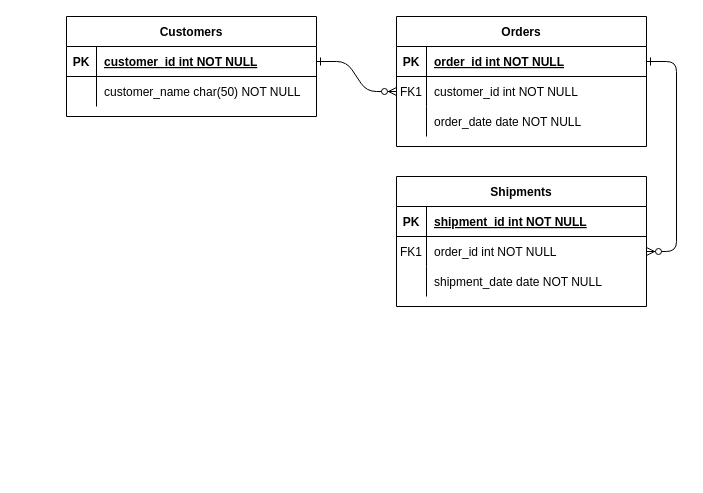
The draw.io diagram brc.drawio in grzaini/book-reader-competition, before the edit. Source tidied: cells renumbered, new cells numbered last; positions are measured from the earlier drawing's top-left corner, leaving out a move shared by most shapes. Both pictures are drawn from the tidied source at 100%, with x=0, y=0 at pixel (66, 16).
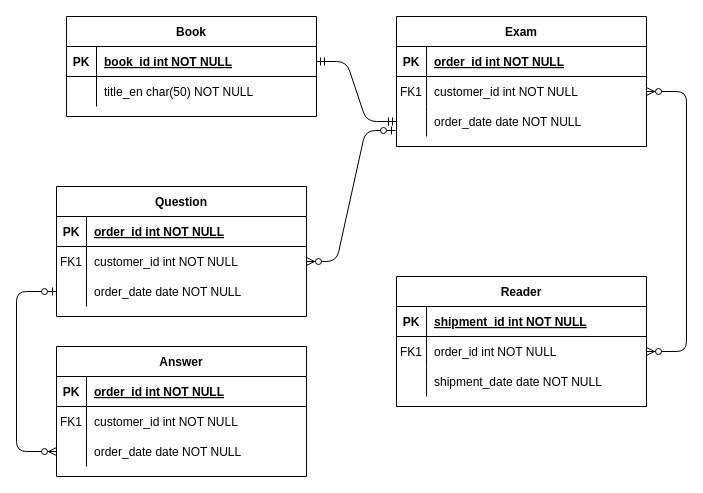
The same diagram, later.

Unchanged cells that the change refers to:
```xml
<mxCell id="5" style="shape=partialRectangle;fillColor=none;points=[[0,0.5],[1,0.5]];portConstraint=eastwest;top=0;left=0;right=0;bottom=1;" parent="4" vertex="1">
  <mxGeometry y="30" width="250" height="30" as="geometry" />
</mxCell>
<mxCell id="8" style="shape=partialRectangle;fillColor=none;points=[[0,0.5],[1,0.5]];portConstraint=eastwest;top=0;left=0;right=0;bottom=0;" parent="4" vertex="1">
  <mxGeometry y="60" width="250" height="30" as="geometry" />
</mxCell>
<mxCell id="11" style="shape=partialRectangle;fillColor=none;points=[[0,0.5],[1,0.5]];portConstraint=eastwest;top=0;left=0;right=0;bottom=0;" parent="4" vertex="1">
  <mxGeometry y="90" width="250" height="30" as="geometry" />
</mxCell>
<mxCell id="18" style="shape=partialRectangle;fillColor=none;points=[[0,0.5],[1,0.5]];portConstraint=eastwest;top=0;left=0;right=0;bottom=0;" parent="14" vertex="1">
  <mxGeometry y="60" width="250" height="30" as="geometry" />
</mxCell>
<mxCell id="25" style="shape=partialRectangle;fillColor=none;points=[[0,0.5],[1,0.5]];portConstraint=eastwest;top=0;left=0;right=0;bottom=1;" parent="24" vertex="1">
  <mxGeometry y="30" width="250" height="30" as="geometry" />
</mxCell>
<mxCell id="28" style="shape=partialRectangle;fillColor=none;top=0;left=0;right=0;bottom=0;" parent="24" vertex="1">
  <mxGeometry y="60" width="250" height="30" as="geometry" />
</mxCell>
```

Change to the diagram source:
```diff
@@
-    <mxCell id="2" style="edgeStyle=entityRelationEdgeStyle;endArrow=ERzeroToMany;startArrow=ERone;endFill=1;startFill=0;" parent="1" edge="1" source="25" target="8">
-      <mxGeometry relative="1" as="geometry" />
-    </mxCell>
-    <mxCell id="3" style="edgeStyle=entityRelationEdgeStyle;endArrow=ERzeroToMany;startArrow=ERone;endFill=1;startFill=0;" parent="1" edge="1" source="5" target="18">
-      <mxGeometry relative="1" as="geometry" />
-    </mxCell>
-    <mxCell id="4" value="Orders" style="shape=table;startSize=30;childLayout=tableLayout;rowLines=0;fontStyle=1;align=center;" parent="1" vertex="1">
+    <mxCell id="4" value="Exam" style="shape=table;startSize=30;childLayout=tableLayout;rowLines=0;fontStyle=1;align=center;" parent="1" vertex="1">
       <mxGeometry x="330" width="250" height="130" as="geometry" />
     </mxCell>
@@
-    <mxCell id="14" value="Shipments" style="shape=table;startSize=30;childLayout=tableLayout;rowLines=0;fontStyle=1;align=center;" parent="1" vertex="1">
-      <mxGeometry x="330" y="160" width="250" height="130" as="geometry" />
+    <mxCell id="14" value="Reader" style="shape=table;startSize=30;childLayout=tableLayout;rowLines=0;fontStyle=1;align=center;" parent="1" vertex="1">
+      <mxGeometry x="330" y="260" width="250" height="130" as="geometry" />
     </mxCell>
@@
-    <mxCell id="24" value="Customers" style="shape=table;startSize=30;childLayout=tableLayout;rowLines=0;fontStyle=1;align=center;" parent="1" vertex="1">
+    <mxCell id="24" value="Book" style="shape=table;startSize=30;childLayout=tableLayout;rowLines=0;fontStyle=1;align=center;" parent="1" vertex="1">
       <mxGeometry width="250" height="100" as="geometry" />
     </mxCell>
@@
-    <mxCell id="27" value="customer_id int NOT NULL " style="shape=partialRectangle;overflow=hidden;fillColor=none;top=0;left=0;bottom=0;right=0;align=left;spacingLeft=6;fontStyle=5;" parent="25" vertex="1">
+    <mxCell id="27" value="book_id int NOT NULL " style="shape=partialRectangle;overflow=hidden;fillColor=none;top=0;left=0;bottom=0;right=0;align=left;spacingLeft=6;fontStyle=5;" parent="25" vertex="1">
       <mxGeometry x="30" width="220" height="30" as="geometry" />
     </mxCell>
@@
-    <mxCell id="30" value="customer_name char(50) NOT NULL" style="shape=partialRectangle;overflow=hidden;fillColor=none;top=0;left=0;bottom=0;right=0;align=left;spacingLeft=6;" parent="28" vertex="1">
+    <mxCell id="30" value="title_en char(50) NOT NULL" style="shape=partialRectangle;overflow=hidden;fillColor=none;top=0;left=0;bottom=0;right=0;align=left;spacingLeft=6;" parent="28" vertex="1">
       <mxGeometry x="30" width="220" height="30" as="geometry" />
     </mxCell>
+    <mxCell id="31" style="edgeStyle=entityRelationEdgeStyle;fontSize=12;html=1;endArrow=ERmandOne;startArrow=ERmandOne;exitX=1;exitY=0.5;exitDx=0;exitDy=0;entryX=0;entryY=0.5;entryDx=0;entryDy=0;rounded=1;" parent="1" edge="1" source="25" target="11">
+      <mxGeometry relative="1" as="geometry" />
+    </mxCell>
+    <mxCell id="32" style="edgeStyle=elbowEdgeStyle;fontSize=12;html=1;endArrow=ERzeroToMany;endFill=1;startArrow=ERzeroToMany;rounded=1;entryX=1;entryY=0.5;entryDx=0;entryDy=0;exitX=1;exitY=0.5;exitDx=0;exitDy=0;elbow=vertical;jumpStyle=line;" parent="1" edge="1" source="18" target="8">
+      <mxGeometry relative="1" as="geometry">
+        <Array as="points">
+          <mxPoint x="620" y="155" />
+        </Array>
+      </mxGeometry>
+    </mxCell>
+    <mxCell id="33" value="Question" style="shape=table;startSize=30;childLayout=tableLayout;rowLines=0;fontStyle=1;align=center;" parent="1" vertex="1">
+      <mxGeometry x="-10" y="170" width="250" height="130" as="geometry" />
+    </mxCell>
+    <mxCell id="34" style="shape=partialRectangle;fillColor=none;top=0;left=0;right=0;bottom=1;" parent="33" vertex="1">
+      <mxGeometry y="30" width="250" height="30" as="geometry" />
+    </mxCell>
+    <mxCell id="35" value="PK" style="shape=partialRectangle;overflow=hidden;fillColor=none;top=0;left=0;bottom=0;right=0;fontStyle=1;" parent="34" vertex="1">
+      <mxGeometry width="30" height="30" as="geometry" />
+    </mxCell>
+    <mxCell id="36" value="order_id int NOT NULL " style="shape=partialRectangle;overflow=hidden;fillColor=none;top=0;left=0;bottom=0;right=0;align=left;spacingLeft=6;fontStyle=5;" parent="34" vertex="1">
+      <mxGeometry x="30" width="220" height="30" as="geometry" />
+    </mxCell>
+    <mxCell id="37" style="shape=partialRectangle;fillColor=none;points=[[0,0.5],[1,0.5]];portConstraint=eastwest;top=0;left=0;right=0;bottom=0;" parent="33" vertex="1">
+      <mxGeometry y="60" width="250" height="30" as="geometry" />
+    </mxCell>
+    <mxCell id="38" value="FK1" style="shape=partialRectangle;overflow=hidden;fillColor=none;top=0;left=0;bottom=0;right=0;" parent="37" vertex="1">
+      <mxGeometry width="30" height="30" as="geometry" />
+    </mxCell>
+    <mxCell id="39" value="customer_id int NOT NULL" style="shape=partialRectangle;overflow=hidden;fillColor=none;top=0;left=0;bottom=0;right=0;align=left;spacingLeft=6;" parent="37" vertex="1">
+      <mxGeometry x="30" width="220" height="30" as="geometry" />
+    </mxCell>
+    <mxCell id="40" style="shape=partialRectangle;fillColor=none;points=[[0,0.5],[1,0.5]];portConstraint=eastwest;top=0;left=0;right=0;bottom=0;" parent="33" vertex="1">
+      <mxGeometry y="90" width="250" height="30" as="geometry" />
+    </mxCell>
+    <mxCell id="41" style="shape=partialRectangle;overflow=hidden;fillColor=none;top=0;left=0;bottom=0;right=0;" parent="40" vertex="1">
+      <mxGeometry width="30" height="30" as="geometry" />
+    </mxCell>
+    <mxCell id="42" value="order_date date NOT NULL" style="shape=partialRectangle;overflow=hidden;fillColor=none;top=0;left=0;bottom=0;right=0;align=left;spacingLeft=6;" parent="40" vertex="1">
+      <mxGeometry x="30" width="220" height="30" as="geometry" />
+    </mxCell>
+    <mxCell id="43" style="edgeStyle=entityRelationEdgeStyle;fontSize=12;html=1;endArrow=ERzeroToMany;startArrow=ERzeroToOne;rounded=1;entryX=1;entryY=0.5;entryDx=0;entryDy=0;exitX=-0.004;exitY=0.8;exitDx=0;exitDy=0;exitPerimeter=0;" parent="1" edge="1" source="11" target="37">
+      <mxGeometry relative="1" as="geometry">
+        <Array as="points">
+          <mxPoint x="340" y="120" />
+        </Array>
+      </mxGeometry>
+    </mxCell>
+    <mxCell id="44" value="Answer" style="shape=table;startSize=30;childLayout=tableLayout;rowLines=0;fontStyle=1;align=center;" parent="1" vertex="1">
+      <mxGeometry x="-10" y="330" width="250" height="130" as="geometry" />
+    </mxCell>
+    <mxCell id="45" style="shape=partialRectangle;fillColor=none;top=0;left=0;right=0;bottom=1;" parent="44" vertex="1">
+      <mxGeometry y="30" width="250" height="30" as="geometry" />
+    </mxCell>
+    <mxCell id="46" value="PK" style="shape=partialRectangle;overflow=hidden;fillColor=none;top=0;left=0;bottom=0;right=0;fontStyle=1;" parent="45" vertex="1">
+      <mxGeometry width="30" height="30" as="geometry" />
+    </mxCell>
+    <mxCell id="47" value="order_id int NOT NULL " style="shape=partialRectangle;overflow=hidden;fillColor=none;top=0;left=0;bottom=0;right=0;align=left;spacingLeft=6;fontStyle=5;" parent="45" vertex="1">
+      <mxGeometry x="30" width="220" height="30" as="geometry" />
+    </mxCell>
+    <mxCell id="48" style="shape=partialRectangle;fillColor=none;top=0;left=0;right=0;bottom=0;" parent="44" vertex="1">
+      <mxGeometry y="60" width="250" height="30" as="geometry" />
+    </mxCell>
+    <mxCell id="49" value="FK1" style="shape=partialRectangle;overflow=hidden;fillColor=none;top=0;left=0;bottom=0;right=0;" parent="48" vertex="1">
+      <mxGeometry width="30" height="30" as="geometry" />
+    </mxCell>
+    <mxCell id="50" value="customer_id int NOT NULL" style="shape=partialRectangle;overflow=hidden;fillColor=none;top=0;left=0;bottom=0;right=0;align=left;spacingLeft=6;" parent="48" vertex="1">
+      <mxGeometry x="30" width="220" height="30" as="geometry" />
+    </mxCell>
+    <mxCell id="51" style="shape=partialRectangle;fillColor=none;points=[[0,0.5],[1,0.5]];portConstraint=eastwest;top=0;left=0;right=0;bottom=0;" parent="44" vertex="1">
+      <mxGeometry y="90" width="250" height="30" as="geometry" />
+    </mxCell>
+    <mxCell id="52" style="shape=partialRectangle;overflow=hidden;fillColor=none;top=0;left=0;bottom=0;right=0;" parent="51" vertex="1">
+      <mxGeometry width="30" height="30" as="geometry" />
+    </mxCell>
+    <mxCell id="53" value="order_date date NOT NULL" style="shape=partialRectangle;overflow=hidden;fillColor=none;top=0;left=0;bottom=0;right=0;align=left;spacingLeft=6;" parent="51" vertex="1">
+      <mxGeometry x="30" width="220" height="30" as="geometry" />
+    </mxCell>
+    <mxCell id="54" style="edgeStyle=elbowEdgeStyle;fontSize=12;html=1;endArrow=ERzeroToMany;startArrow=ERzeroToOne;rounded=1;exitX=0;exitY=0.5;exitDx=0;exitDy=0;" parent="1" edge="1" source="40" target="51">
+      <mxGeometry relative="1" as="geometry">
+        <Array as="points">
+          <mxPoint x="-50" y="350" />
+        </Array>
+      </mxGeometry>
+    </mxCell>
```
